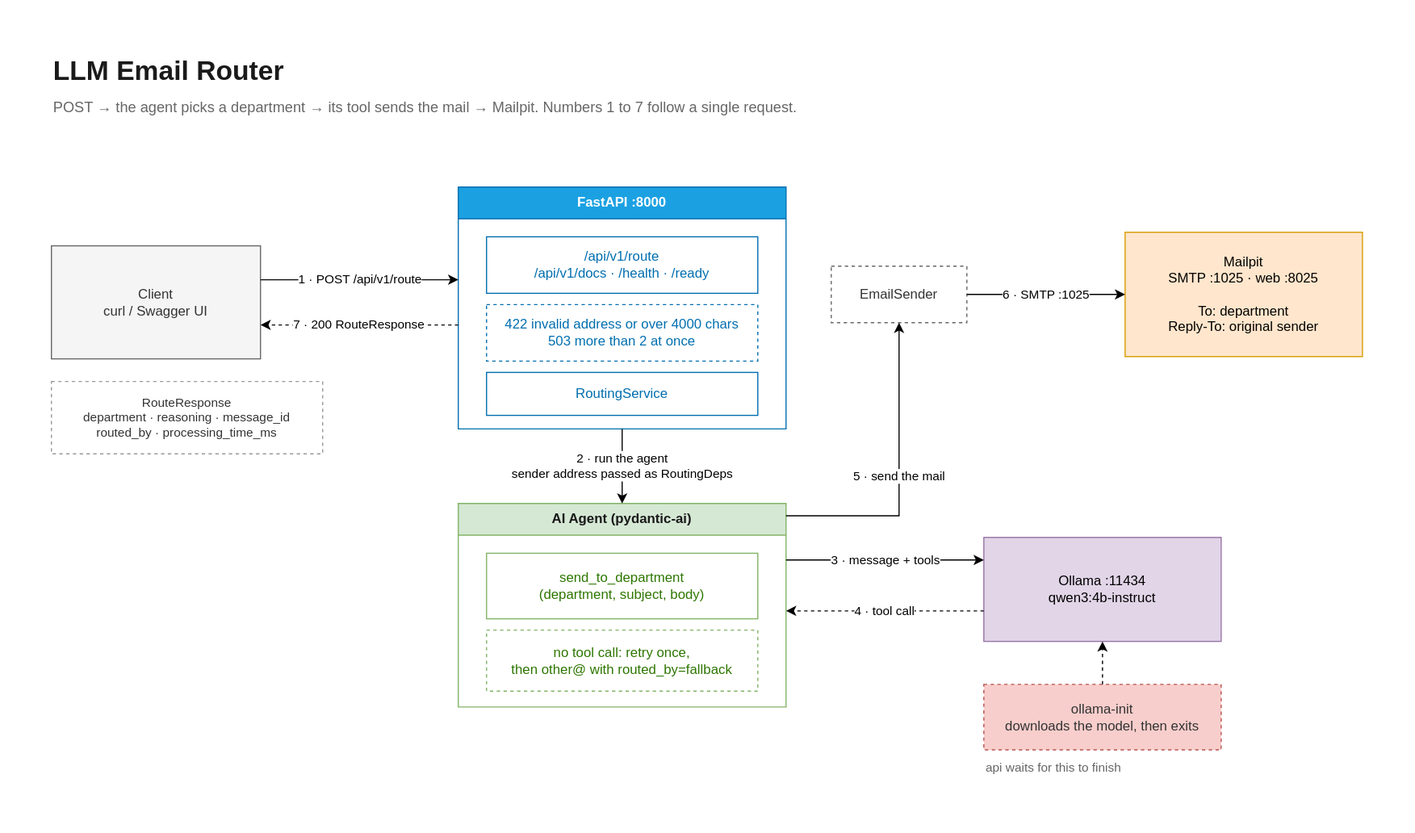
Above: docs/architecture/architecture.drawio.svg in gomberman8/llm-email-router (draw.io), before the change. Source tidied: cells renumbered, new cells last; positions are measured from the earlier drawing's top-left corner, leaving out a move shared by most shapes.
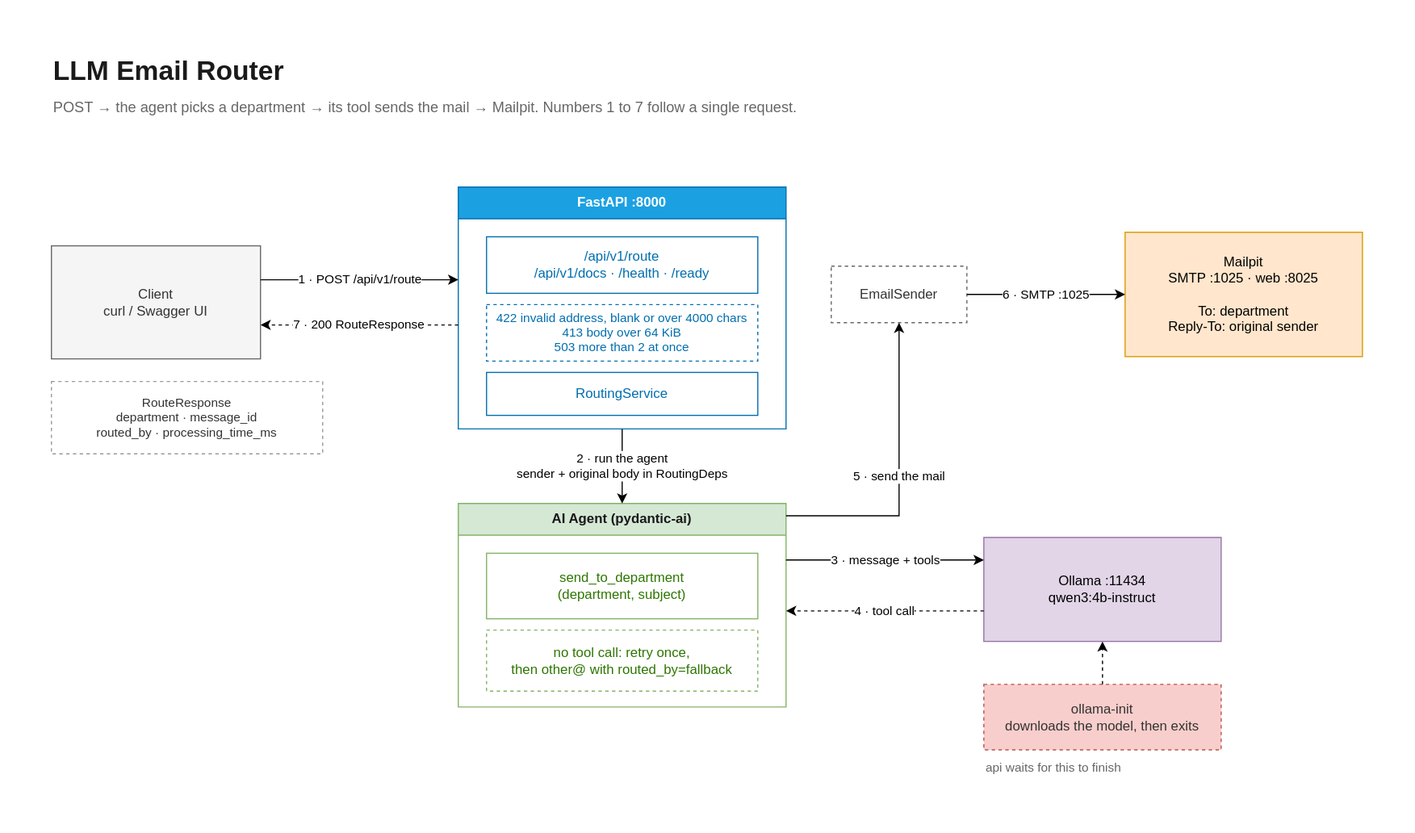
After the change.

Commit message:
docs: align architecture documentation and diagram

Diff of the diagram source:
```diff
@@ -11,7 +11,7 @@
     <mxCell id="4" value="Client&#10;curl / Swagger UI" style="rounded=0;whiteSpace=wrap;html=1;fillColor=#f5f5f5;strokeColor=#666666;fontColor=#333333;" parent="1" vertex="1">
       <mxGeometry y="172" width="185" height="100" as="geometry" />
     </mxCell>
-    <mxCell id="5" value="RouteResponse&#10;department · reasoning · message_id&#10;routed_by · processing_time_ms" style="rounded=0;whiteSpace=wrap;html=1;fillColor=#ffffff;strokeColor=#999999;fontColor=#333333;dashed=1;fontSize=11;" parent="1" vertex="1">
+    <mxCell id="5" value="RouteResponse&#10;department · message_id&#10;routed_by · processing_time_ms" style="rounded=0;whiteSpace=wrap;html=1;fillColor=#ffffff;strokeColor=#999999;fontColor=#333333;dashed=1;fontSize=11;" parent="1" vertex="1">
       <mxGeometry y="292" width="240" height="64" as="geometry" />
     </mxCell>
     <mxCell id="6" value="FastAPI  :8000" style="swimlane;whiteSpace=wrap;html=1;fillColor=#1ba1e2;fontColor=#ffffff;strokeColor=#006EAF;fontStyle=1;startSize=28;" parent="1" vertex="1">
@@ -20,7 +20,7 @@
     <mxCell id="7" value="/api/v1/route&#10;/api/v1/docs · /health · /ready" style="rounded=0;whiteSpace=wrap;html=1;fillColor=#ffffff;fontColor=#006EAF;strokeColor=#006EAF;" parent="6" vertex="1">
       <mxGeometry x="25" y="44" width="240" height="50" as="geometry" />
     </mxCell>
-    <mxCell id="8" value="422 invalid address or over 4000 chars&#10;503 more than 2 at once" style="rounded=0;whiteSpace=wrap;html=1;fillColor=#ffffff;fontColor=#006EAF;strokeColor=#006EAF;dashed=1;" parent="6" vertex="1">
+    <mxCell id="8" value="422 invalid address, blank or over 4000 chars&#10;413 body over 64 KiB&#10;503 more than 2 at once" style="rounded=0;whiteSpace=wrap;html=1;fillColor=#ffffff;fontColor=#006EAF;strokeColor=#006EAF;dashed=1;fontSize=11;" parent="6" vertex="1">
       <mxGeometry x="25" y="104" width="240" height="50" as="geometry" />
     </mxCell>
     <mxCell id="9" value="RoutingService" style="rounded=0;whiteSpace=wrap;html=1;fillColor=#ffffff;fontColor=#006EAF;strokeColor=#006EAF;" parent="6" vertex="1">
@@ -29,7 +29,7 @@
     <mxCell id="10" value="AI Agent (pydantic-ai)" style="swimlane;whiteSpace=wrap;html=1;fillColor=#d5e8d4;strokeColor=#82b366;fontColor=#1a1a1a;fontStyle=1;startSize=28;" parent="1" vertex="1">
       <mxGeometry x="360" y="400" width="290" height="180" as="geometry" />
     </mxCell>
-    <mxCell id="11" value="send_to_department&#10;(department, subject, body)" style="rounded=0;whiteSpace=wrap;html=1;fillColor=#ffffff;fontColor=#2D7600;strokeColor=#82b366;" parent="10" vertex="1">
+    <mxCell id="11" value="send_to_department&#10;(department, subject)" style="rounded=0;whiteSpace=wrap;html=1;fillColor=#ffffff;fontColor=#2D7600;strokeColor=#82b366;" parent="10" vertex="1">
       <mxGeometry x="25" y="44" width="240" height="58" as="geometry" />
     </mxCell>
     <mxCell id="12" value="no tool call: retry once,&#10;then other@ with routed_by=fallback" style="rounded=0;whiteSpace=wrap;html=1;fillColor=#ffffff;fontColor=#2D7600;strokeColor=#82b366;dashed=1;" parent="10" vertex="1">
@@ -56,7 +56,7 @@
     <mxCell id="19" value="7 · 200 RouteResponse" style="edgeStyle=orthogonalEdgeStyle;rounded=0;html=1;exitX=0;exitY=0.5701;exitDx=0;exitDy=0;entryX=1;entryY=0.7;entryDx=0;entryDy=0;dashed=1;fontSize=11;" parent="1" edge="1" source="6" target="4">
       <mxGeometry relative="1" as="geometry" />
     </mxCell>
-    <mxCell id="20" value="2 · run the agent&#10;sender address passed as RoutingDeps" style="edgeStyle=orthogonalEdgeStyle;rounded=0;html=1;exitX=0.5;exitY=1;exitDx=0;exitDy=0;entryX=0.5;entryY=0;entryDx=0;entryDy=0;fontSize=11;" parent="1" edge="1" source="6" target="10">
+    <mxCell id="20" value="2 · run the agent&#10;sender + original body in RoutingDeps" style="edgeStyle=orthogonalEdgeStyle;rounded=0;html=1;exitX=0.5;exitY=1;exitDx=0;exitDy=0;entryX=0.5;entryY=0;entryDx=0;entryDy=0;fontSize=11;" parent="1" edge="1" source="6" target="10">
       <mxGeometry relative="1" as="geometry" />
     </mxCell>
     <mxCell id="21" value="3 · message + tools" style="edgeStyle=orthogonalEdgeStyle;rounded=0;html=1;exitX=1;exitY=0.2778;exitDx=0;exitDy=0;entryX=0;entryY=0.2174;entryDx=0;entryDy=0;fontSize=11;" parent="1" edge="1" source="10" target="14">
```
